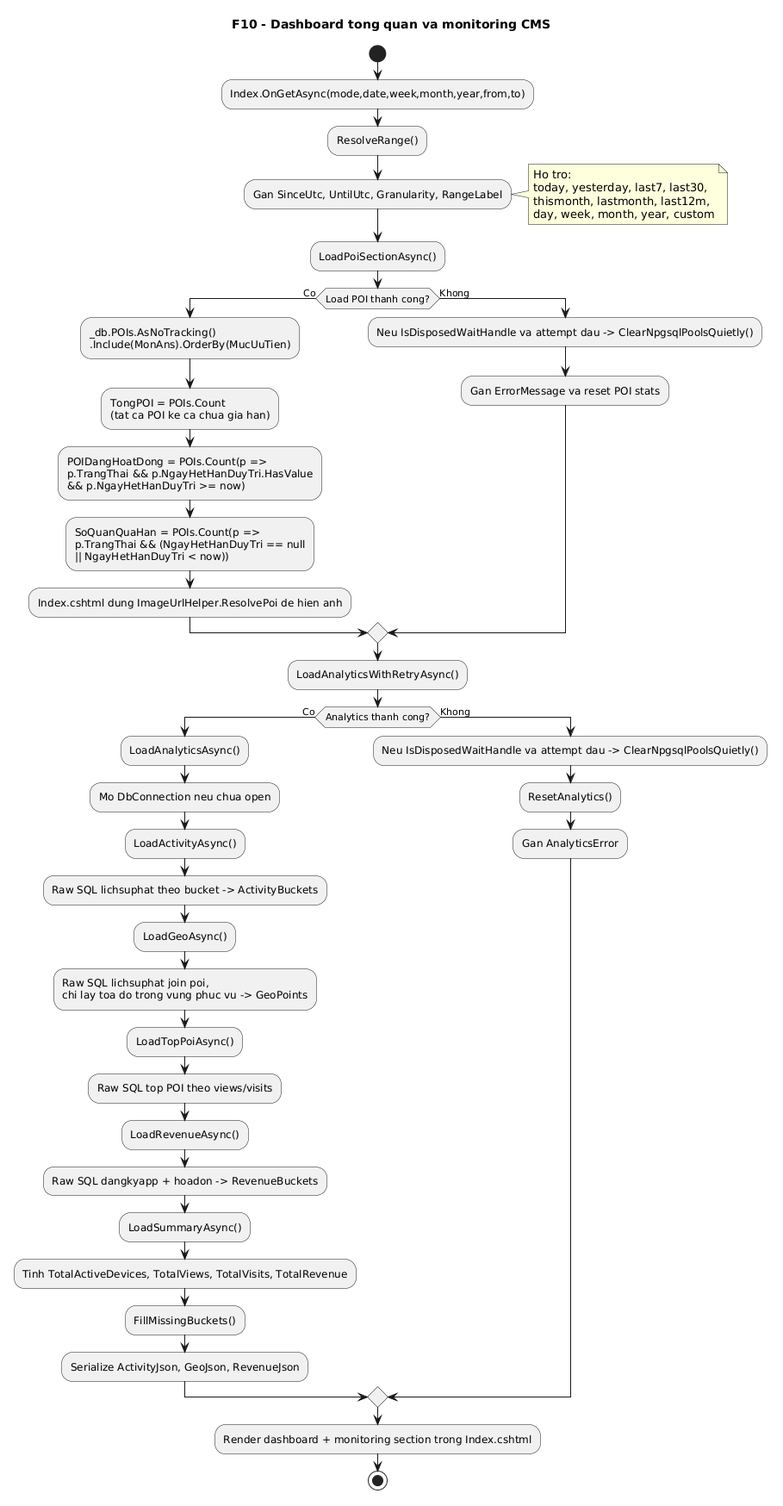
Above: docs/diagrams/png/10-dashboard-activity.png in VoBao182/PhoAmThuc (PlantUML), before the change. The source it was exported from:
```plantuml
@startuml
title F10 - Dashboard tong quan va monitoring CMS
start
:Index.OnGetAsync(mode,date,week,month,year,from,to);
:ResolveRange();
:Gan SinceUtc, UntilUtc, Granularity, RangeLabel;
note right
  Ho tro:
  today, yesterday, last7, last30,
  thismonth, lastmonth, last12m,
  day, week, month, year, custom
end note

:LoadPoiSectionAsync();
if (Load POI thanh cong?) then (Co)
  :_db.POIs.AsNoTracking()\n.Include(MonAns).OrderBy(MucUuTien);
  :TongPOI = POIs.Count\n(tat ca POI ke ca chua gia han);
  :POIDangHoatDong = POIs.Count(p =>\np.TrangThai && p.NgayHetHanDuyTri.HasValue\n&& p.NgayHetHanDuyTri >= now);
  :SoQuanQuaHan = POIs.Count(p =>\np.TrangThai && (NgayHetHanDuyTri == null\n|| NgayHetHanDuyTri < now));
  :Index.cshtml dung ImageUrlHelper.ResolvePoi de hien anh;
else (Khong)
  :Neu IsDisposedWaitHandle va attempt dau -> ClearNpgsqlPoolsQuietly();
  :Gan ErrorMessage va reset POI stats;
endif

:LoadAnalyticsWithRetryAsync();
if (Analytics thanh cong?) then (Co)
  :LoadAnalyticsAsync();
  :Mo DbConnection neu chua open;
  :LoadActivityAsync();
  :Raw SQL lichsuphat theo bucket -> ActivityBuckets;
  :LoadGeoAsync();
  :Raw SQL lichsuphat join poi,\nchi lay toa do trong vung phuc vu -> GeoPoints;
  :LoadTopPoiAsync();
  :Raw SQL top POI theo views/visits;
  :LoadRevenueAsync();
  :Raw SQL dangkyapp + hoadon -> RevenueBuckets;
  :LoadSummaryAsync();
  :Tinh TotalActiveDevices, TotalViews, TotalVisits, TotalRevenue;
  :FillMissingBuckets();
  :Serialize ActivityJson, GeoJson, RevenueJson;
else (Khong)
  :Neu IsDisposedWaitHandle va attempt dau -> ClearNpgsqlPoolsQuietly();
  :ResetAnalytics();
  :Gan AnalyticsError;
endif

:Render dashboard + monitoring section trong Index.cshtml;
stop
@enduml
```
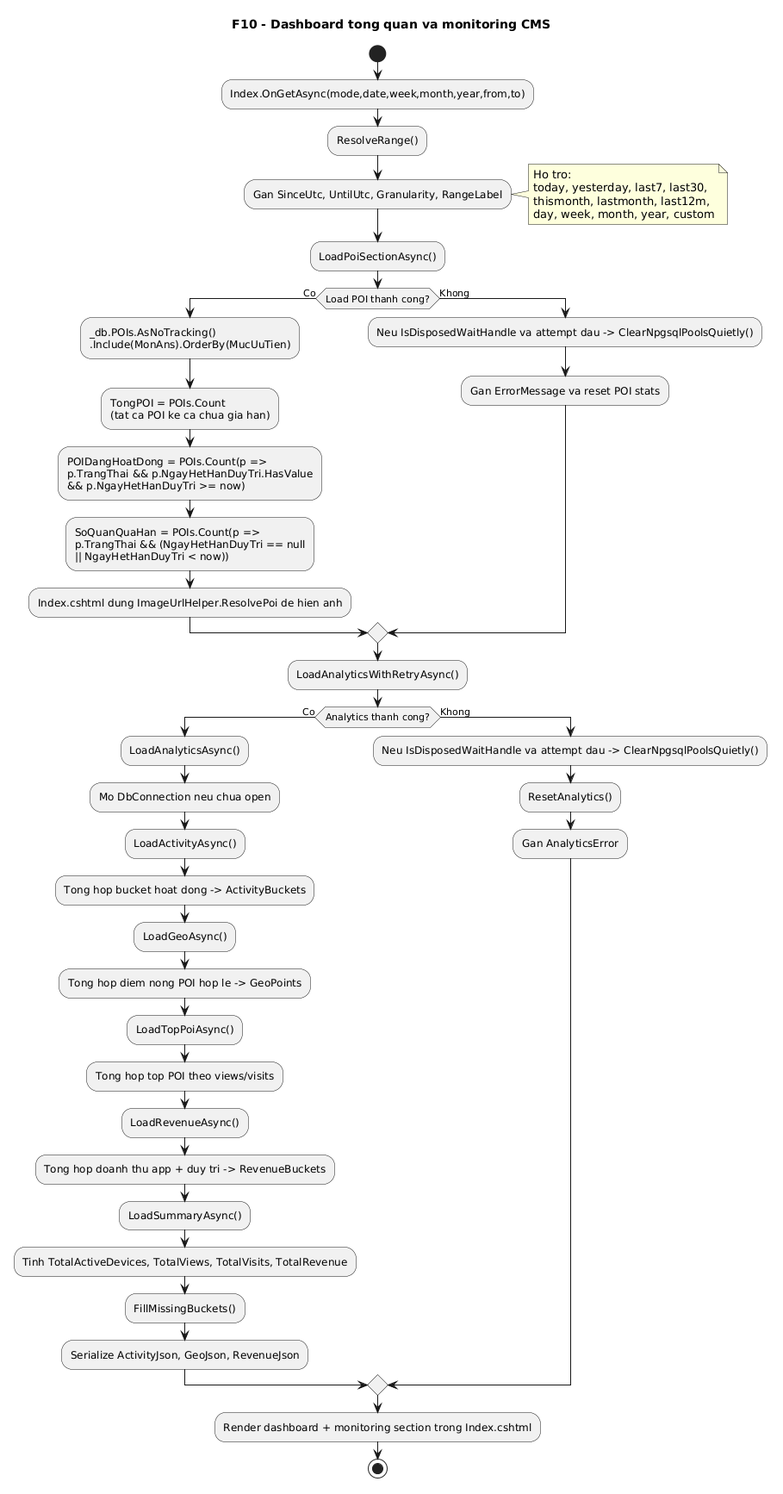
After the commit.

Change to the diagram source:
```diff
@@ -28,13 +28,13 @@
   :LoadAnalyticsAsync();
   :Mo DbConnection neu chua open;
   :LoadActivityAsync();
-  :Raw SQL lichsuphat theo bucket -> ActivityBuckets;
+  :Tong hop bucket hoat dong -> ActivityBuckets;
   :LoadGeoAsync();
-  :Raw SQL lichsuphat join poi,\nchi lay toa do trong vung phuc vu -> GeoPoints;
+  :Tong hop diem nong POI hop le -> GeoPoints;
   :LoadTopPoiAsync();
-  :Raw SQL top POI theo views/visits;
+  :Tong hop top POI theo views/visits;
   :LoadRevenueAsync();
-  :Raw SQL dangkyapp + hoadon -> RevenueBuckets;
+  :Tong hop doanh thu app + duy tri -> RevenueBuckets;
   :LoadSummaryAsync();
   :Tinh TotalActiveDevices, TotalViews, TotalVisits, TotalRevenue;
   :FillMissingBuckets();
```
